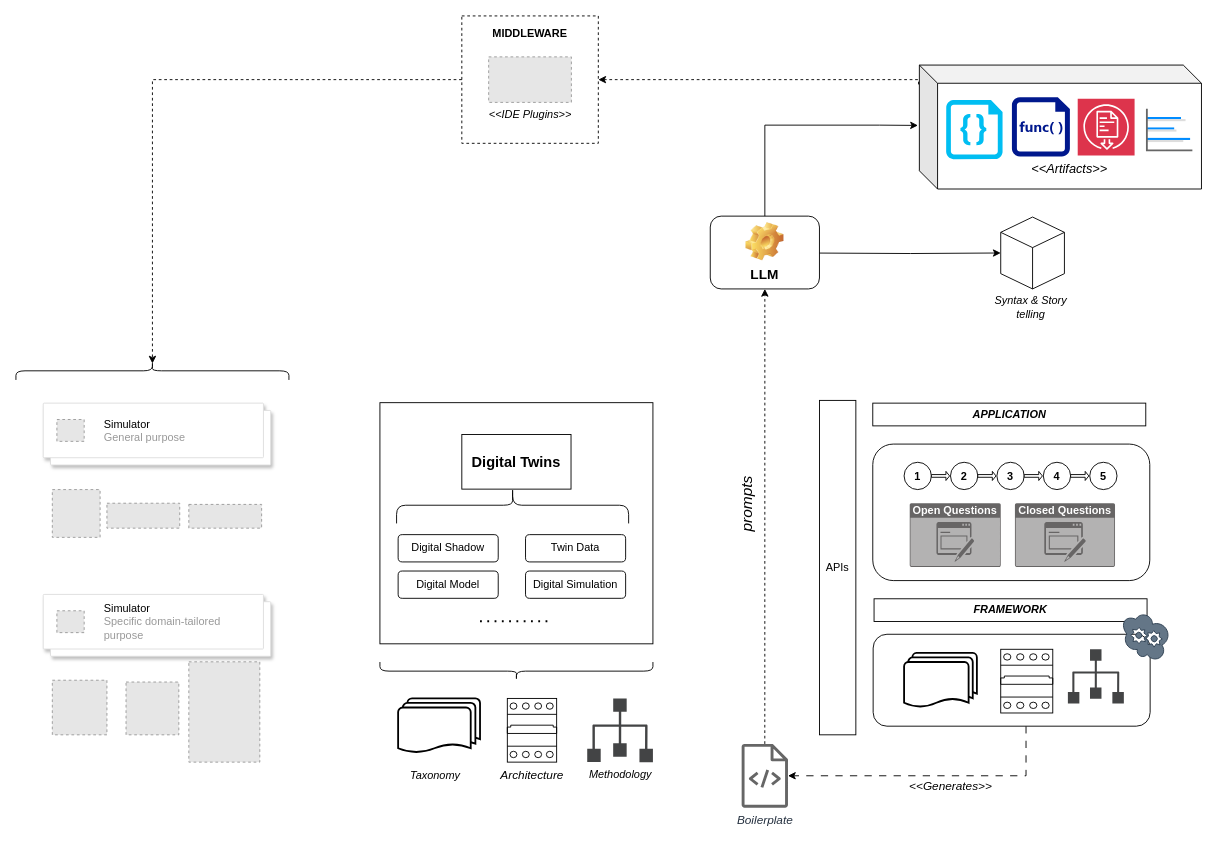
scrodrig/Diagrams keeps this draw.io diagram as drawio/mams/dd-twins/DDTwins_Architecture.drawio. Above is the earlier version. Source tidied: cells renumbered, new cells numbered last; positions are measured from the earlier drawing's top-left corner, leaving out a move shared by most shapes. Both pictures are drawn from the tidied source at 91%, with x=0, y=0 at pixel (43, 15). Pictures stored in the file or linked from it are replaced by grey dashed boxes.
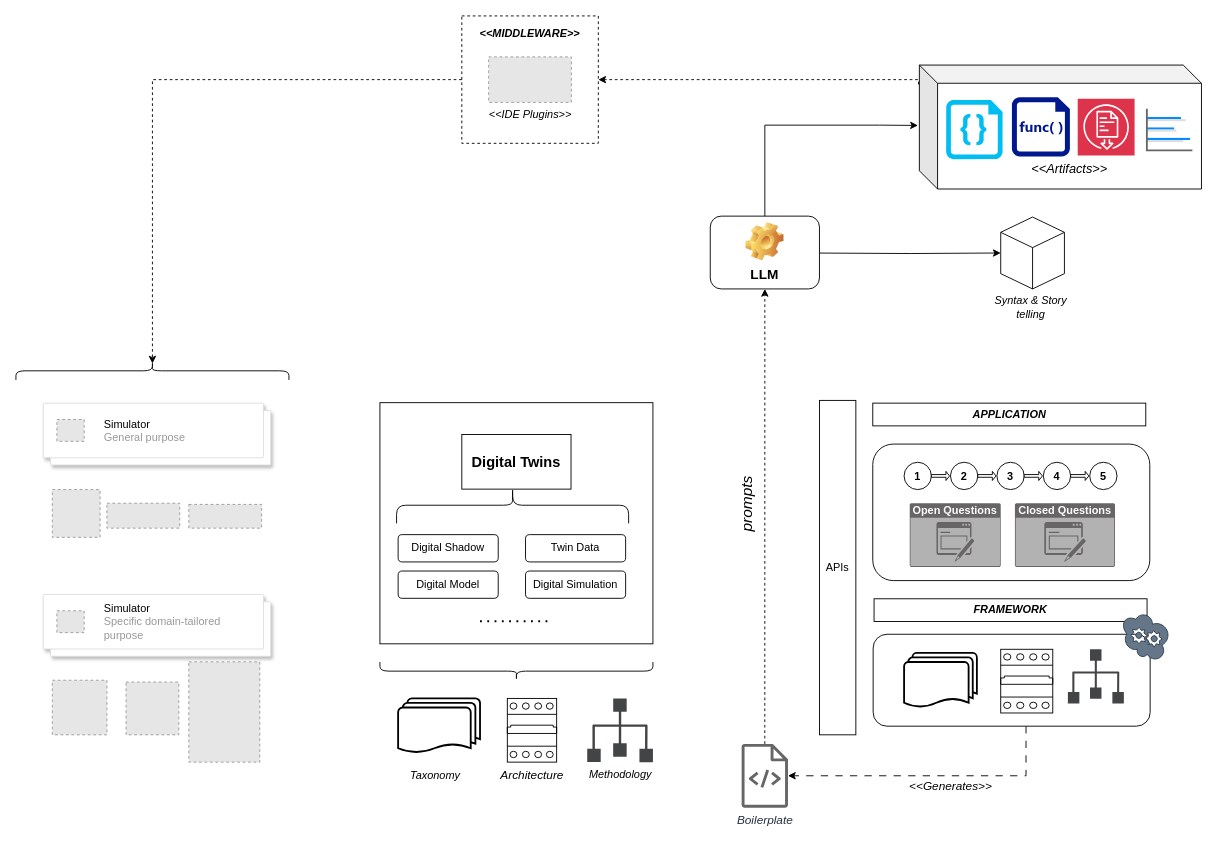
Above is the later version.

Commit message:
Optional layers

The edit, as a diff of the source:
```diff
@@
-    <mxCell id="64" value="&lt;b&gt;MIDDLEWARE&lt;/b&gt;&lt;div&gt;&lt;b&gt;&lt;br&gt;&lt;/b&gt;&lt;/div&gt;&lt;div&gt;&lt;b&gt;&lt;br&gt;&lt;/b&gt;&lt;/div&gt;&lt;div&gt;&lt;br&gt;&lt;/div&gt;&lt;div&gt;&lt;b&gt;&lt;br&gt;&lt;/b&gt;&lt;/div&gt;&lt;div&gt;&lt;b&gt;&lt;br&gt;&lt;/b&gt;&lt;/div&gt;&lt;div&gt;&lt;b&gt;&lt;br&gt;&lt;/b&gt;&lt;/div&gt;&lt;div&gt;&lt;b&gt;&lt;br&gt;&lt;/b&gt;&lt;/div&gt;" style="rounded=0;whiteSpace=wrap;html=1;dashed=1;" parent="1" vertex="1">
+    <mxCell id="64" value="&lt;b&gt;&lt;i&gt;&amp;lt;&amp;lt;MIDDLEWARE&amp;gt;&amp;gt;&lt;/i&gt;&lt;/b&gt;&lt;div&gt;&lt;b&gt;&lt;br&gt;&lt;/b&gt;&lt;/div&gt;&lt;div&gt;&lt;b&gt;&lt;br&gt;&lt;/b&gt;&lt;/div&gt;&lt;div&gt;&lt;br&gt;&lt;/div&gt;&lt;div&gt;&lt;b&gt;&lt;br&gt;&lt;/b&gt;&lt;/div&gt;&lt;div&gt;&lt;b&gt;&lt;br&gt;&lt;/b&gt;&lt;/div&gt;&lt;div&gt;&lt;b&gt;&lt;br&gt;&lt;/b&gt;&lt;/div&gt;&lt;div&gt;&lt;b&gt;&lt;br&gt;&lt;/b&gt;&lt;/div&gt;" style="rounded=0;whiteSpace=wrap;html=1;dashed=1;" parent="1" vertex="1">
       <mxGeometry x="460" width="150" height="140" as="geometry" />
     </mxCell>
```
